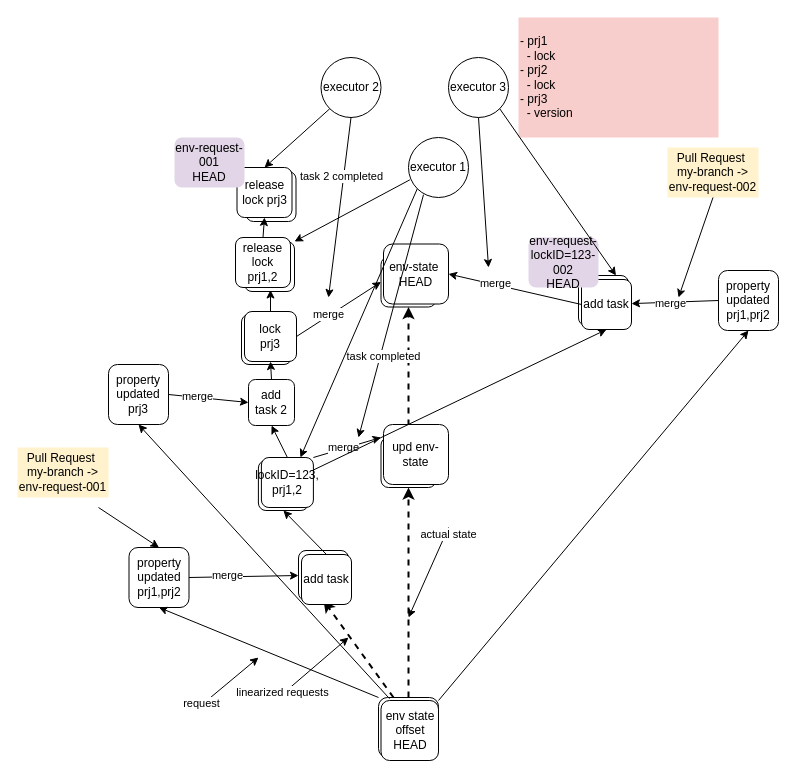
Earlier version of the draw.io diagram branches-architecture.drawio (andreyzebin/vezuvio). Source tidied: cells renumbered, new cells numbered last; positions are measured from the earlier drawing's top-left corner, leaving out a move shared by most shapes. Both pictures are drawn from the tidied source at 100%, with x=0, y=0 at pixel (17, 17).
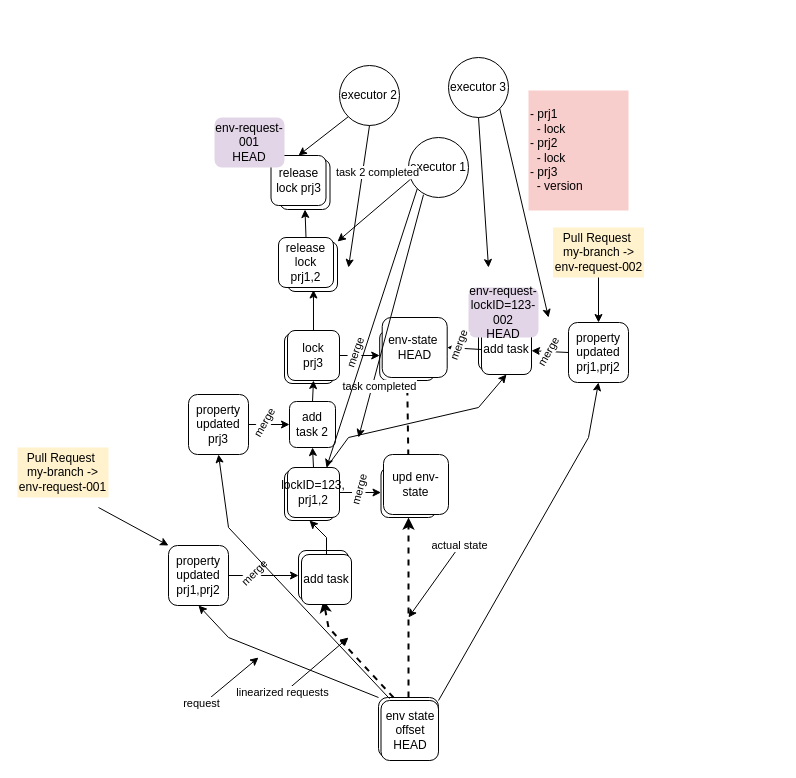
The same page after the edit.

Commit message (it also covers changes not shown here):
set logs error

The change refers to these unchanged cells:
```xml
<mxCell id="2" style="rounded=1;whiteSpace=wrap;html=1;" parent="1" vertex="1">
  <mxGeometry x="361" y="680" width="60" height="60" as="geometry" />
</mxCell>
<mxCell id="3" style="rounded=1;whiteSpace=wrap;html=1;" parent="1" vertex="1">
  <mxGeometry x="281" y="533" width="50" height="50" as="geometry" />
</mxCell>
<mxCell id="5" value="env state offset HEAD" style="rounded=1;whiteSpace=wrap;html=1;" parent="1" vertex="1">
  <mxGeometry x="363.5" y="683" width="57.5" height="60" as="geometry" />
</mxCell>
<mxCell id="8" value="add task" style="rounded=1;whiteSpace=wrap;html=1;" parent="1" vertex="1">
  <mxGeometry x="284" y="537" width="50" height="50" as="geometry" />
</mxCell>
<mxCell id="13" style="endArrow=classic;html=1;rounded=0;exitX=1;exitY=0.5;exitDx=0;exitDy=0;entryX=0;entryY=0.5;entryDx=0;entryDy=0;" parent="1" edge="1" source="4" target="3">
  <mxGeometry relative="1" as="geometry" />
</mxCell>
<mxCell id="37" style="endArrow=classic;html=1;rounded=0;exitX=1;exitY=0.5;exitDx=0;exitDy=0;entryX=0;entryY=0.5;entryDx=0;entryDy=0;" parent="1" edge="1" source="33" target="36">
  <mxGeometry relative="1" as="geometry" />
</mxCell>
<mxCell id="46" style="endArrow=classic;html=1;rounded=0;exitX=0.25;exitY=0.953;exitDx=0;exitDy=0;exitPerimeter=0;" parent="1" edge="1" source="45">
  <mxGeometry relative="1" as="geometry">
    <mxPoint x="341" y="420" as="targetPoint" />
  </mxGeometry>
</mxCell>
<mxCell id="54" style="endArrow=classic;html=1;rounded=0;exitX=1;exitY=0.5;exitDx=0;exitDy=0;entryX=0;entryY=0.5;entryDx=0;entryDy=0;" parent="1" edge="1" source="30" target="31">
  <mxGeometry relative="1" as="geometry" />
</mxCell>
<mxCell id="62" style="endArrow=classic;html=1;rounded=0;exitX=0;exitY=0.5;exitDx=0;exitDy=0;" parent="1" edge="1" source="61" target="58">
  <mxGeometry relative="1" as="geometry" />
</mxCell>
<mxCell id="68" style="endArrow=classic;html=1;rounded=0;exitX=0;exitY=0.5;exitDx=0;exitDy=0;entryX=1;entryY=0.5;entryDx=0;entryDy=0;" parent="1" edge="1" source="58" target="32">
  <mxGeometry relative="1" as="geometry" />
</mxCell>
<mxCell id="70" value="executor 3" style="ellipse;whiteSpace=wrap;html=1;" parent="1" vertex="1">
  <mxGeometry x="431" y="40" width="60" height="60" as="geometry" />
</mxCell>
```

Change to the diagram source:
```diff
@@
     <mxCell id="4" value="property updated&lt;div&gt;prj1,prj2&lt;/div&gt;" style="rounded=1;whiteSpace=wrap;html=1;" parent="1" vertex="1">
-      <mxGeometry x="111.5" y="530" width="60" height="60" as="geometry" />
+      <mxGeometry x="151" y="528" width="60" height="60" as="geometry" />
     </mxCell>
@@
     <mxCell id="6" style="endArrow=classic;html=1;rounded=0;entryX=0.5;entryY=1;entryDx=0;entryDy=0;exitX=0.25;exitY=0;exitDx=0;exitDy=0;strokeWidth=2;dashed=1;" parent="1" edge="1" source="2" target="3">
-      <mxGeometry relative="1" as="geometry" />
+      <mxGeometry relative="1" as="geometry">
+        <Array as="points">
+          <mxPoint x="311" y="610" />
+        </Array>
+      </mxGeometry>
     </mxCell>
     <mxCell id="7" style="endArrow=classic;html=1;rounded=0;exitX=0;exitY=0;exitDx=0;exitDy=0;entryX=0.5;entryY=1;entryDx=0;entryDy=0;" parent="1" edge="1" source="2" target="4">
-      <mxGeometry relative="1" as="geometry" />
+      <mxGeometry relative="1" as="geometry">
+        <Array as="points">
+          <mxPoint x="211" y="620" />
+        </Array>
+      </mxGeometry>
     </mxCell>
@@
     <mxCell id="11" style="rounded=1;whiteSpace=wrap;html=1;" parent="1" vertex="1">
-      <mxGeometry x="363.5" y="420" width="55" height="50" as="geometry" />
+      <mxGeometry x="363.5" y="450" width="55" height="50" as="geometry" />
     </mxCell>
     <mxCell id="12" value="upd env-state" style="rounded=1;whiteSpace=wrap;html=1;" parent="1" vertex="1">
-      <mxGeometry x="366" y="407" width="65" height="60" as="geometry" />
+      <mxGeometry x="366" y="437" width="65" height="60" as="geometry" />
     </mxCell>
@@
-    <mxCell id="14" value="merge" style="edgeLabel;html=1;align=center;verticalAlign=middle;" parent="13" vertex="1">
+    <mxCell id="14" value="merge" style="edgeLabel;html=1;align=center;verticalAlign=middle;rotation=-45;" parent="13" vertex="1">
       <mxGeometry x="-0.3" y="2" relative="1" as="geometry" />
     </mxCell>
-    <mxCell id="15" style="endArrow=classic;html=1;rounded=0;exitX=0.5;exitY=1;exitDx=0;exitDy=0;entryX=0.5;entryY=0;entryDx=0;entryDy=0;" parent="1" edge="1" target="4">
+    <mxCell id="15" style="endArrow=classic;html=1;rounded=0;exitX=0.5;exitY=1;exitDx=0;exitDy=0;entryX=0;entryY=0;entryDx=0;entryDy=0;" parent="1" edge="1" target="4">
       <mxGeometry relative="1" as="geometry">
         <mxPoint x="81" y="490" as="sourcePoint" />
       </mxGeometry>
     </mxCell>
@@
     <mxCell id="18" style="endArrow=classic;html=1;rounded=0;" parent="1" edge="1">
       <mxGeometry relative="1" as="geometry">
-        <mxPoint x="431" y="510" as="sourcePoint" />
+        <mxPoint x="441" y="530" as="sourcePoint" />
         <mxPoint x="391" y="600" as="targetPoint" />
       </mxGeometry>
     </mxCell>
     <mxCell id="19" value="actual state" style="edgeLabel;html=1;align=center;verticalAlign=middle;" parent="18" vertex="1">
-      <mxGeometry x="-0.88" y="2" relative="1" as="geometry" />
+      <mxGeometry x="-0.88" y="2" relative="1" as="geometry">
+        <mxPoint x="2" y="-8" as="offset" />
+      </mxGeometry>
     </mxCell>
@@
     <mxCell id="22" style="rounded=1;whiteSpace=wrap;html=1;" parent="1" vertex="1">
-      <mxGeometry x="227" y="224" width="50" height="50" as="geometry" />
+      <mxGeometry x="270" y="224" width="50" height="50" as="geometry" />
     </mxCell>
@@
     <mxCell id="24" value="release lock prj1,2" style="rounded=1;whiteSpace=wrap;html=1;" parent="1" vertex="1">
-      <mxGeometry x="218" y="220" width="55" height="50" as="geometry" />
+      <mxGeometry x="261" y="220" width="55" height="50" as="geometry" />
     </mxCell>
     <mxCell id="25" value="- prj1&lt;div&gt;&amp;nbsp; - lock&lt;/div&gt;&lt;div&gt;&lt;div&gt;- prj2&lt;/div&gt;&lt;div&gt;&amp;nbsp; - lock&lt;/div&gt;&lt;div&gt;&lt;span style=&quot;background-color: transparent; color: light-dark(rgb(0, 0, 0), rgb(255, 255, 255));&quot;&gt;- prj3&lt;/span&gt;&lt;/div&gt;&lt;/div&gt;&lt;div&gt;&amp;nbsp; - version&lt;/div&gt;" style="text;html=1;align=left;verticalAlign=middle;whiteSpace=wrap;rounded=0;fillColor=#f8cecc;strokeColor=none;" parent="1" vertex="1">
-      <mxGeometry x="501" width="200" height="120" as="geometry" />
+      <mxGeometry x="511" y="73" width="100" height="120" as="geometry" />
     </mxCell>
     <mxCell id="26" style="rounded=1;whiteSpace=wrap;html=1;" parent="1" vertex="1">
-      <mxGeometry x="240.9" y="443" width="50" height="50" as="geometry" />
+      <mxGeometry x="267" y="453" width="50" height="50" as="geometry" />
     </mxCell>
     <mxCell id="27" value="lockID=123,&lt;div&gt;prj1,2&lt;/div&gt;" style="rounded=1;whiteSpace=wrap;html=1;" parent="1" vertex="1">
-      <mxGeometry x="243.9" y="440" width="52" height="50" as="geometry" />
+      <mxGeometry x="270" y="450" width="52" height="50" as="geometry" />
     </mxCell>
     <mxCell id="28" style="endArrow=classic;html=1;rounded=0;exitX=0.5;exitY=0;exitDx=0;exitDy=0;entryX=0.5;entryY=1;entryDx=0;entryDy=0;" parent="1" edge="1" source="8" target="26">
-      <mxGeometry relative="1" as="geometry" />
+      <mxGeometry relative="1" as="geometry">
+        <Array as="points">
+          <mxPoint x="309" y="520" />
+        </Array>
+      </mxGeometry>
     </mxCell>
     <mxCell id="29" style="rounded=1;whiteSpace=wrap;html=1;" parent="1" vertex="1">
-      <mxGeometry x="224" y="297" width="50" height="50" as="geometry" />
+      <mxGeometry x="267" y="316" width="50" height="50" as="geometry" />
     </mxCell>
     <mxCell id="30" value="lock&lt;div&gt;prj3&lt;/div&gt;" style="rounded=1;whiteSpace=wrap;html=1;" parent="1" vertex="1">
-      <mxGeometry x="227" y="294" width="52" height="50" as="geometry" />
+      <mxGeometry x="270" y="313" width="52" height="50" as="geometry" />
     </mxCell>
     <mxCell id="31" style="rounded=1;whiteSpace=wrap;html=1;" parent="1" vertex="1">
-      <mxGeometry x="363.5" y="239.5" width="55" height="50" as="geometry" />
+      <mxGeometry x="362.2" y="313" width="55" height="50" as="geometry" />
     </mxCell>
     <mxCell id="32" value="env-state&amp;nbsp; HEAD" style="rounded=1;whiteSpace=wrap;html=1;" parent="1" vertex="1">
-      <mxGeometry x="366" y="226.5" width="65" height="60" as="geometry" />
+      <mxGeometry x="364.7" y="300" width="65" height="60" as="geometry" />
     </mxCell>
     <mxCell id="33" value="property updated&lt;div&gt;prj3&lt;/div&gt;" style="rounded=1;whiteSpace=wrap;html=1;" parent="1" vertex="1">
-      <mxGeometry x="91" y="347" width="60" height="60" as="geometry" />
+      <mxGeometry x="171" y="377" width="60" height="60" as="geometry" />
     </mxCell>
     <mxCell id="34" style="endArrow=classic;html=1;rounded=0;exitX=0.148;exitY=-0.031;exitDx=0;exitDy=0;exitPerimeter=0;entryX=0.5;entryY=1;entryDx=0;entryDy=0;" parent="1" edge="1" source="5" target="33">
-      <mxGeometry relative="1" as="geometry" />
+      <mxGeometry relative="1" as="geometry">
+        <Array as="points">
+          <mxPoint x="211" y="510" />
+        </Array>
+      </mxGeometry>
     </mxCell>
@@
     <mxCell id="36" value="add task 2" style="rounded=1;whiteSpace=wrap;html=1;" parent="1" vertex="1">
-      <mxGeometry x="231" y="362" width="46" height="46" as="geometry" />
+      <mxGeometry x="272" y="384" width="46" height="46" as="geometry" />
     </mxCell>
@@
-    <mxCell id="38" value="merge" style="edgeLabel;html=1;align=center;verticalAlign=middle;" parent="37" vertex="1">
+    <mxCell id="38" value="merge" style="edgeLabel;html=1;align=center;verticalAlign=middle;rotation=-60;" parent="37" vertex="1">
       <mxGeometry x="-0.27" y="1" relative="1" as="geometry" />
     </mxCell>
@@
     <mxCell id="40" style="rounded=1;whiteSpace=wrap;html=1;" parent="1" vertex="1">
-      <mxGeometry x="228.5" y="154" width="50" height="50" as="geometry" />
+      <mxGeometry x="262.5" y="142" width="50" height="50" as="geometry" />
     </mxCell>
     <mxCell id="41" value="release lock prj3" style="rounded=1;whiteSpace=wrap;html=1;" parent="1" vertex="1">
-      <mxGeometry x="219.5" y="150" width="55" height="50" as="geometry" />
+      <mxGeometry x="253.5" y="138" width="55" height="50" as="geometry" />
     </mxCell>
-    <mxCell id="42" style="endArrow=classic;html=1;rounded=0;exitX=0.5;exitY=0;exitDx=0;exitDy=0;entryX=0.5;entryY=1;entryDx=0;entryDy=0;" parent="1" edge="1" source="24" target="41">
+    <mxCell id="42" style="endArrow=classic;html=1;rounded=0;exitX=0.5;exitY=0;exitDx=0;exitDy=0;entryX=0.5;entryY=1;entryDx=0;entryDy=0;" parent="1" edge="1" source="24" target="40">
       <mxGeometry relative="1" as="geometry" />
     </mxCell>
-    <mxCell id="43" style="endArrow=classic;html=1;rounded=0;exitX=1;exitY=0;exitDx=0;exitDy=0;entryX=0;entryY=0;entryDx=0;entryDy=0;" parent="1" edge="1" source="27" target="11">
+    <mxCell id="43" style="endArrow=classic;html=1;rounded=0;exitX=1;exitY=0.5;exitDx=0;exitDy=0;entryX=0;entryY=0.5;entryDx=0;entryDy=0;" parent="1" edge="1" source="27" target="11">
       <mxGeometry relative="1" as="geometry" />
     </mxCell>
-    <mxCell id="44" value="merge" style="edgeLabel;html=1;align=center;verticalAlign=middle;" parent="43" vertex="1">
+    <mxCell id="44" value="merge" style="edgeLabel;html=1;align=center;verticalAlign=middle;rotation=-75;" parent="43" vertex="1">
       <mxGeometry x="-0.09" y="3" relative="1" as="geometry">
         <mxPoint y="1" as="offset" />
       </mxGeometry>
     </mxCell>
@@
     <mxCell id="47" value="task&amp;nbsp;&lt;span style=&quot;background-color: light-dark(#ffffff, var(--ge-dark-color, #121212)); color: light-dark(rgb(0, 0, 0), rgb(255, 255, 255));&quot;&gt;completed&lt;/span&gt;" style="edgeLabel;html=1;align=center;verticalAlign=middle;" parent="46" vertex="1">
-      <mxGeometry x="0.32" y="2" relative="1" as="geometry" />
+      <mxGeometry x="0.32" y="2" relative="1" as="geometry">
+        <mxPoint x="-4" y="30" as="offset" />
+      </mxGeometry>
     </mxCell>
@@
     <mxCell id="50" value="executor 2" style="ellipse;whiteSpace=wrap;html=1;" parent="1" vertex="1">
-      <mxGeometry x="303.5" y="40" width="60" height="60" as="geometry" />
+      <mxGeometry x="322" y="48" width="60" height="60" as="geometry" />
     </mxCell>
@@
     <mxCell id="52" style="endArrow=classic;html=1;rounded=0;exitX=0.5;exitY=1;exitDx=0;exitDy=0;" parent="1" edge="1" source="50">
       <mxGeometry relative="1" as="geometry">
-        <mxPoint x="311" y="280" as="targetPoint" />
+        <mxPoint x="331" y="250" as="targetPoint" />
       </mxGeometry>
     </mxCell>
     <mxCell id="53" value="task 2 completed" style="edgeLabel;html=1;align=center;verticalAlign=middle;" parent="52" vertex="1">
-      <mxGeometry x="-0.35" y="-3" relative="1" as="geometry" />
+      <mxGeometry x="-0.35" y="-3" relative="1" as="geometry">
+        <mxPoint x="17" as="offset" />
+      </mxGeometry>
     </mxCell>
@@
-    <mxCell id="55" value="merge" style="edgeLabel;html=1;align=center;verticalAlign=middle;" parent="54" vertex="1">
+    <mxCell id="55" value="merge" style="edgeLabel;html=1;align=center;verticalAlign=middle;rotation=-70;" parent="54" vertex="1">
       <mxGeometry x="-0.23" y="2" relative="1" as="geometry" />
     </mxCell>
     <mxCell id="56" value="env-request-001&lt;div&gt;HEAD&lt;/div&gt;" style="rounded=1;whiteSpace=wrap;html=1;fillColor=#e1d5e7;strokeColor=none;" parent="1" vertex="1">
-      <mxGeometry x="157" y="120" width="70" height="50" as="geometry" />
+      <mxGeometry x="197" y="100" width="70" height="50" as="geometry" />
     </mxCell>
     <mxCell id="57" style="rounded=1;whiteSpace=wrap;html=1;" parent="1" vertex="1">
-      <mxGeometry x="561" y="258" width="50" height="50" as="geometry" />
+      <mxGeometry x="461" y="303" width="50" height="50" as="geometry" />
     </mxCell>
     <mxCell id="58" value="add task" style="rounded=1;whiteSpace=wrap;html=1;" parent="1" vertex="1">
-      <mxGeometry x="564" y="262" width="50" height="50" as="geometry" />
+      <mxGeometry x="464" y="307" width="50" height="50" as="geometry" />
     </mxCell>
-    <mxCell id="59" style="endArrow=classic;html=1;rounded=0;entryX=0.5;entryY=1;entryDx=0;entryDy=0;exitX=1;exitY=0.25;exitDx=0;exitDy=0;" parent="1" edge="1" source="27" target="58">
-      <mxGeometry relative="1" as="geometry" />
+    <mxCell id="59" style="endArrow=classic;html=1;rounded=0;entryX=0.5;entryY=1;entryDx=0;entryDy=0;exitX=0.75;exitY=0;exitDx=0;exitDy=0;" parent="1" edge="1" source="27" target="58">
+      <mxGeometry relative="1" as="geometry">
+        <Array as="points">
+          <mxPoint x="331" y="420" />
+          <mxPoint x="461" y="390" />
+        </Array>
+      </mxGeometry>
     </mxCell>
     <mxCell id="60" value="env-request-lockID=123-002&lt;div&gt;HEAD&lt;/div&gt;" style="rounded=1;whiteSpace=wrap;html=1;fillColor=#e1d5e7;strokeColor=none;" parent="1" vertex="1">
-      <mxGeometry x="511" y="220" width="70" height="50" as="geometry" />
+      <mxGeometry x="451" y="270" width="70" height="50" as="geometry" />
     </mxCell>
     <mxCell id="61" value="property updated&lt;div&gt;prj1,prj2&lt;/div&gt;" style="rounded=1;whiteSpace=wrap;html=1;" parent="1" vertex="1">
-      <mxGeometry x="701" y="253" width="60" height="60" as="geometry" />
+      <mxGeometry x="551" y="305" width="60" height="60" as="geometry" />
     </mxCell>
@@
-    <mxCell id="63" value="merge" style="edgeLabel;html=1;align=center;verticalAlign=middle;" parent="62" vertex="1">
+    <mxCell id="63" value="merge" style="edgeLabel;html=1;align=center;verticalAlign=middle;rotation=-60;" parent="62" vertex="1">
       <mxGeometry x="0.13" y="1" relative="1" as="geometry" />
     </mxCell>
     <mxCell id="64" style="endArrow=classic;html=1;rounded=0;exitX=1;exitY=0;exitDx=0;exitDy=0;entryX=0.5;entryY=1;entryDx=0;entryDy=0;" parent="1" edge="1" source="5" target="61">
-      <mxGeometry relative="1" as="geometry" />
+      <mxGeometry relative="1" as="geometry">
+        <Array as="points">
+          <mxPoint x="571" y="420" />
+        </Array>
+      </mxGeometry>
     </mxCell>
@@
     <mxCell id="66" value="&lt;div&gt;Pull Request&amp;nbsp;&lt;/div&gt;&lt;div&gt;&lt;span style=&quot;background-color: transparent; color: light-dark(rgb(0, 0, 0), rgb(255, 255, 255));&quot;&gt;my-branch -&amp;gt; env-request-002&lt;/span&gt;&lt;/div&gt;" style="text;html=1;align=center;verticalAlign=middle;whiteSpace=wrap;rounded=0;fillColor=#fff2cc;strokeColor=none;" parent="1" vertex="1">
-      <mxGeometry x="650" y="130" width="91" height="50" as="geometry" />
+      <mxGeometry x="535.5" y="210" width="91" height="50" as="geometry" />
     </mxCell>
-    <mxCell id="67" style="endArrow=classic;html=1;rounded=0;exitX=0.5;exitY=1;exitDx=0;exitDy=0;" parent="1" edge="1" source="66">
-      <mxGeometry relative="1" as="geometry">
-        <mxPoint x="661" y="280" as="targetPoint" />
-      </mxGeometry>
+    <mxCell id="67" style="endArrow=classic;html=1;rounded=0;exitX=0.5;exitY=1;exitDx=0;exitDy=0;entryX=0.5;entryY=0;entryDx=0;entryDy=0;" parent="1" edge="1" source="66" target="61">
+      <mxGeometry relative="1" as="geometry" />
     </mxCell>
@@
-    <mxCell id="69" value="merge" style="edgeLabel;html=1;align=center;verticalAlign=middle;" parent="68" vertex="1">
+    <mxCell id="69" value="merge" style="edgeLabel;html=1;align=center;verticalAlign=middle;rotation=-70;" parent="68" vertex="1">
       <mxGeometry x="0.31" y="-2" relative="1" as="geometry" />
     </mxCell>
@@
-    <mxCell id="72" style="endArrow=classic;html=1;rounded=0;exitX=1;exitY=1;exitDx=0;exitDy=0;entryX=0.75;entryY=0;entryDx=0;entryDy=0;" parent="1" edge="1" source="70" target="57">
-      <mxGeometry relative="1" as="geometry" />
+    <mxCell id="72" style="endArrow=classic;html=1;rounded=0;exitX=1;exitY=1;exitDx=0;exitDy=0;" parent="1" edge="1" source="70">
+      <mxGeometry relative="1" as="geometry">
+        <mxPoint x="531" y="300" as="targetPoint" />
+      </mxGeometry>
     </mxCell>
```
